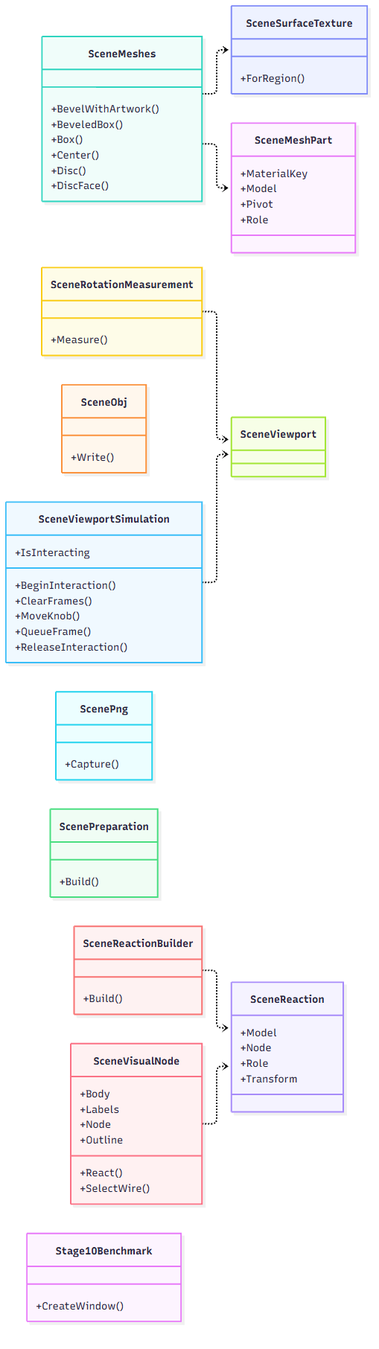
Ismail-DEV-dg/3D-physical-Technical-constructor keeps this Mermaid diagram as docs/uml/images/3d-app-02.png. Above is the earlier version. Its source is kept beside it as docs/uml/generated/3d-app-02.mmd. Source of this version:
```mermaid
classDiagram
    direction LR
    class T01["SceneMeshPart"]
    T01 : +MaterialKey
    T01 : +Model
    T01 : +Pivot
    T01 : +Role
    class T02["SceneMeshes"]
    T02 : +BevelWithArtwork()
    T02 : +BeveledBox()
    T02 : +Box()
    T02 : +Center()
    T02 : +Disc()
    T02 : +DiscFace()
    class T03["SceneObj"]
    T03 : +Write()
    class T04["ScenePng"]
    T04 : +Capture()
    class T05["ScenePreparation"]
    T05 : +Build()
    class T06["SceneReaction"]
    T06 : +Model
    T06 : +Node
    T06 : +Role
    T06 : +Transform
    class T07["SceneReactionBuilder"]
    T07 : +Build()
    class T08["SceneRotationMeasurement"]
    T08 : +Measure()
    class T09["SceneSurfaceTexture"]
    T09 : +ForRegion()
    class T10["SceneViewport"]
    class T11["SceneViewportSimulation"]
    T11 : +BeginInteraction()
    T11 : +ClearFrames()
    T11 : +IsInteracting
    T11 : +MoveKnob()
    T11 : +QueueFrame()
    T11 : +ReleaseInteraction()
    class T12["SceneVisualNode"]
    T12 : +Body
    T12 : +Labels
    T12 : +Node
    T12 : +Outline
    T12 : +React()
    T12 : +SelectWire()
    class T13["Stage10Benchmark"]
    T13 : +CreateWindow()
    T02 ..> T09
    T02 ..> T01
    T07 ..> T06
    T08 ..> T10
    T11 ..> T10
    T12 ..> T06
```
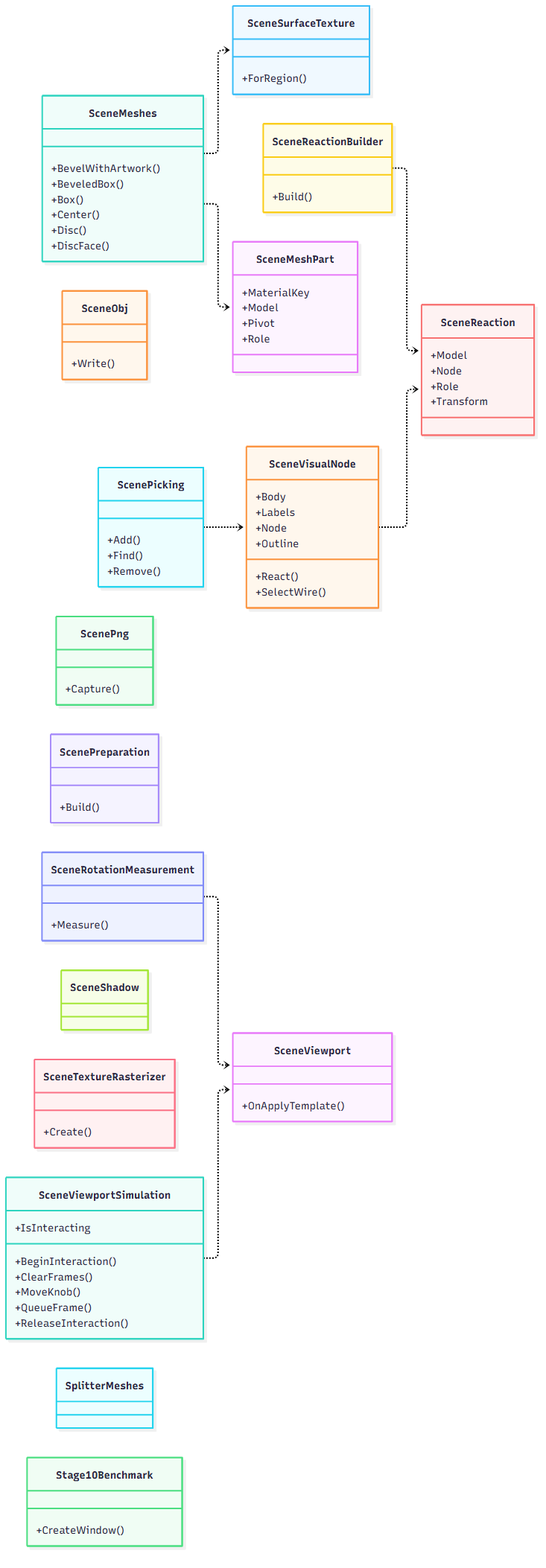
Above is the later version.

Diff of the diagram source:
```diff
@@ -14,41 +14,51 @@
     T02 : +DiscFace()
     class T03["SceneObj"]
     T03 : +Write()
-    class T04["ScenePng"]
-    T04 : +Capture()
-    class T05["ScenePreparation"]
-    T05 : +Build()
-    class T06["SceneReaction"]
-    T06 : +Model
-    T06 : +Node
-    T06 : +Role
-    T06 : +Transform
-    class T07["SceneReactionBuilder"]
-    T07 : +Build()
-    class T08["SceneRotationMeasurement"]
-    T08 : +Measure()
-    class T09["SceneSurfaceTexture"]
-    T09 : +ForRegion()
-    class T10["SceneViewport"]
-    class T11["SceneViewportSimulation"]
-    T11 : +BeginInteraction()
-    T11 : +ClearFrames()
-    T11 : +IsInteracting
-    T11 : +MoveKnob()
-    T11 : +QueueFrame()
-    T11 : +ReleaseInteraction()
-    class T12["SceneVisualNode"]
-    T12 : +Body
-    T12 : +Labels
-    T12 : +Node
-    T12 : +Outline
-    T12 : +React()
-    T12 : +SelectWire()
-    class T13["Stage10Benchmark"]
-    T13 : +CreateWindow()
-    T02 ..> T09
+    class T04["ScenePicking"]
+    T04 : +Add()
+    T04 : +Find()
+    T04 : +Remove()
+    class T05["ScenePng"]
+    T05 : +Capture()
+    class T06["ScenePreparation"]
+    T06 : +Build()
+    class T07["SceneReaction"]
+    T07 : +Model
+    T07 : +Node
+    T07 : +Role
+    T07 : +Transform
+    class T08["SceneReactionBuilder"]
+    T08 : +Build()
+    class T09["SceneRotationMeasurement"]
+    T09 : +Measure()
+    class T10["SceneShadow"]
+    class T11["SceneSurfaceTexture"]
+    T11 : +ForRegion()
+    class T12["SceneTextureRasterizer"]
+    T12 : +Create()
+    class T13["SceneViewport"]
+    T13 : +OnApplyTemplate()
+    class T14["SceneViewportSimulation"]
+    T14 : +BeginInteraction()
+    T14 : +ClearFrames()
+    T14 : +IsInteracting
+    T14 : +MoveKnob()
+    T14 : +QueueFrame()
+    T14 : +ReleaseInteraction()
+    class T15["SceneVisualNode"]
+    T15 : +Body
+    T15 : +Labels
+    T15 : +Node
+    T15 : +Outline
+    T15 : +React()
+    T15 : +SelectWire()
+    class T16["SplitterMeshes"]
+    class T17["Stage10Benchmark"]
+    T17 : +CreateWindow()
+    T02 ..> T11
     T02 ..> T01
-    T07 ..> T06
-    T08 ..> T10
-    T11 ..> T10
-    T12 ..> T06
+    T04 ..> T15
+    T08 ..> T07
+    T09 ..> T13
+    T14 ..> T13
+    T15 ..> T07
```
